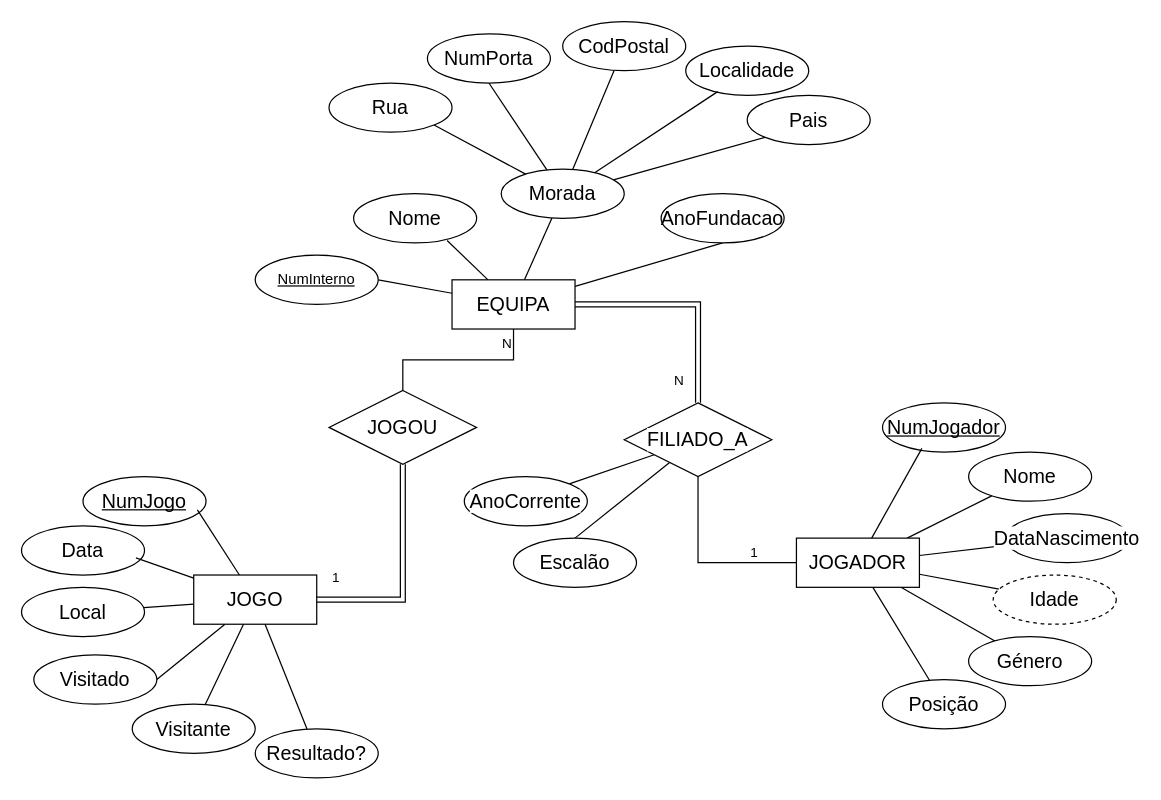
Earlier version of the draw.io diagram 0811-14622.drawio (Afas09/Analise-de-Sistemas). Source tidied: cells renumbered, new cells numbered last; positions are measured from the earlier drawing's top-left corner, leaving out a move shared by most shapes. Both pictures are drawn from the tidied source at 123%, with x=0, y=0 at pixel (21, 21).
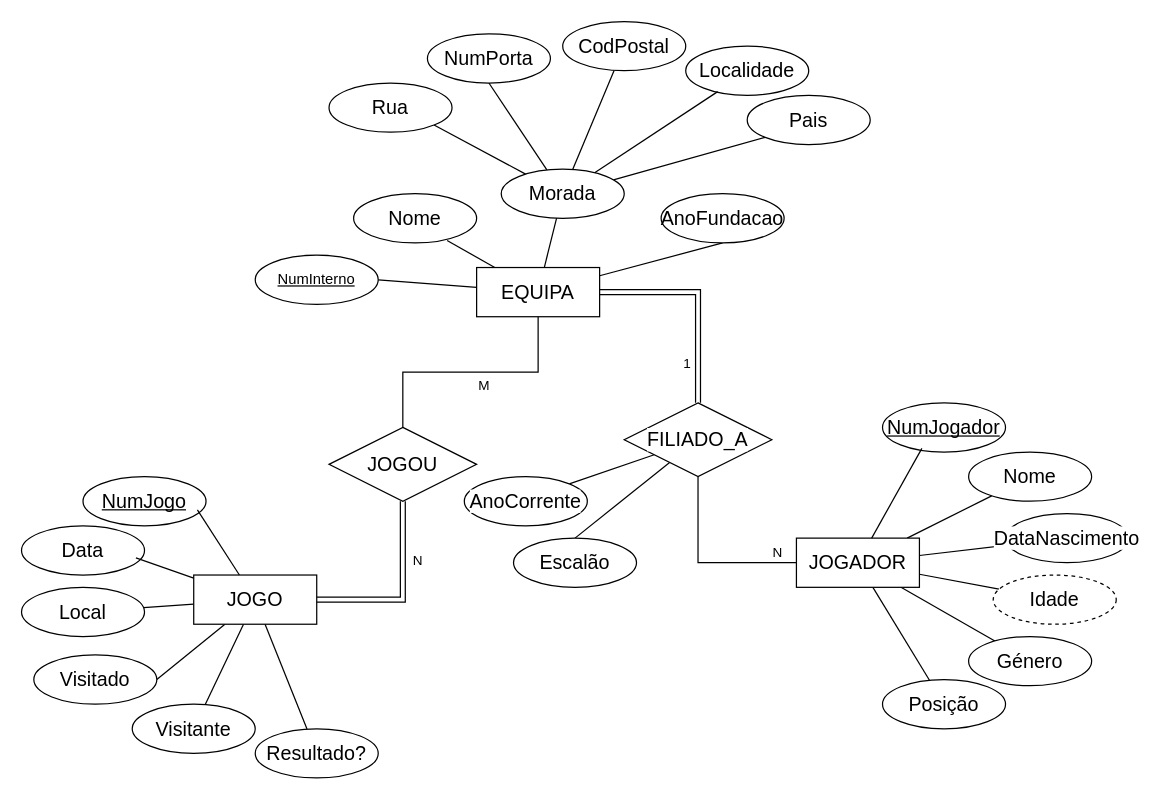
The same diagram, later.

Unchanged cells that the change refers to:
```xml
<mxCell id="48" style="endArrow=none;html=1;rounded=0;strokeColor=default;align=center;verticalAlign=middle;fontFamily=Helvetica;fontSize=11;fontColor=default;labelBackgroundColor=default;exitX=0.5;exitY=0;exitDx=0;exitDy=0;entryX=0.5;entryY=1;entryDx=0;entryDy=0;edgeStyle=orthogonalEdgeStyle;" parent="1" edge="1" source="47" target="5">
  <mxGeometry relative="1" as="geometry" />
</mxCell>
<mxCell id="50" style="shape=link;html=1;rounded=0;strokeColor=default;align=center;verticalAlign=middle;fontFamily=Helvetica;fontSize=11;fontColor=default;labelBackgroundColor=default;endArrow=none;endFill=0;exitX=0.5;exitY=1;exitDx=0;exitDy=0;entryX=1;entryY=0.5;entryDx=0;entryDy=0;edgeStyle=orthogonalEdgeStyle;" parent="1" edge="1" source="47" target="38">
  <mxGeometry relative="1" as="geometry" />
</mxCell>
<mxCell id="54" value="&lt;span id=&quot;docs-internal-guid-25c842cf-7fff-beee-e525-d1ae46ddfbcc&quot;&gt;&lt;span style=&quot;font-size: 12pt; font-family: Calibri, sans-serif; background-color: transparent; font-variant-numeric: normal; font-variant-east-asian: normal; font-variant-alternates: normal; font-variant-position: normal; font-variant-emoji: normal; vertical-align: baseline; white-space-collapse: preserve;&quot;&gt;FILIADO_A&lt;/span&gt;&lt;/span&gt;" style="shape=rhombus;perimeter=rhombusPerimeter;whiteSpace=wrap;html=1;align=center;fontFamily=Helvetica;fontSize=11;fontColor=default;labelBackgroundColor=default;" parent="1" vertex="1">
  <mxGeometry x="490" y="310" width="120" height="60" as="geometry" />
</mxCell>
<mxCell id="59" style="endArrow=none;html=1;rounded=0;strokeColor=default;align=center;verticalAlign=middle;fontFamily=Helvetica;fontSize=11;fontColor=default;labelBackgroundColor=default;entryX=0;entryY=0.5;entryDx=0;entryDy=0;edgeStyle=orthogonalEdgeStyle;exitX=0.5;exitY=1;exitDx=0;exitDy=0;" parent="1" edge="1" source="54" target="26">
  <mxGeometry relative="1" as="geometry" />
</mxCell>
```

Change to the diagram source:
```diff
@@
     <mxCell id="5" value="&lt;span id=&quot;docs-internal-guid-82ada1d1-7fff-25a4-6721-c77eb48dd0e4&quot;&gt;&lt;span style=&quot;font-size: 12pt; font-family: Calibri, sans-serif; background-color: transparent; font-variant-numeric: normal; font-variant-east-asian: normal; font-variant-alternates: normal; font-variant-position: normal; font-variant-emoji: normal; vertical-align: baseline; white-space-collapse: preserve;&quot;&gt;EQUIPA&lt;/span&gt;&lt;/span&gt;" style="whiteSpace=wrap;html=1;align=center;" parent="1" vertex="1">
-      <mxGeometry x="350" y="210" width="100" height="40" as="geometry" />
+      <mxGeometry x="370" y="200" width="100" height="40" as="geometry" />
     </mxCell>
@@
     <mxCell id="47" value="&lt;span id=&quot;docs-internal-guid-bf8d1f8a-7fff-386b-e1fa-49635a8670f6&quot;&gt;&lt;span style=&quot;font-size: 12pt; font-family: Calibri, sans-serif; background-color: transparent; font-variant-numeric: normal; font-variant-east-asian: normal; font-variant-alternates: normal; font-variant-position: normal; font-variant-emoji: normal; vertical-align: baseline; white-space-collapse: preserve;&quot;&gt;JOGOU&lt;/span&gt;&lt;/span&gt;" style="shape=rhombus;perimeter=rhombusPerimeter;whiteSpace=wrap;html=1;align=center;fontFamily=Helvetica;fontSize=11;fontColor=default;labelBackgroundColor=default;" parent="1" vertex="1">
-      <mxGeometry x="250" y="300" width="120" height="60" as="geometry" />
+      <mxGeometry x="250" y="330" width="120" height="60" as="geometry" />
     </mxCell>
@@
-    <mxCell id="49" value="N" style="html=1;whiteSpace=wrap;align=right;verticalAlign=bottom;fontFamily=Helvetica;fontSize=11;fontColor=default;labelBackgroundColor=default;" parent="48" vertex="1">
-      <mxGeometry x="1" relative="1" as="geometry">
-        <mxPoint y="20" as="offset" />
-      </mxGeometry>
-    </mxCell>
+    <mxCell id="61" value="M" style="edgeLabel;html=1;align=center;verticalAlign=middle;fontFamily=Helvetica;fontSize=11;fontColor=default;labelBackgroundColor=default;" parent="48" vertex="1">
+      <mxGeometry x="0.09" y="-3" relative="1" as="geometry">
+        <mxPoint x="1" y="7" as="offset" />
+      </mxGeometry>
+    </mxCell>
@@
-    <mxCell id="51" value="1" style="html=1;whiteSpace=wrap;align=right;verticalAlign=bottom;fontFamily=Helvetica;fontSize=11;fontColor=default;labelBackgroundColor=default;" parent="50" vertex="1">
+    <mxCell id="51" style="html=1;whiteSpace=wrap;align=right;verticalAlign=bottom;fontFamily=Helvetica;fontSize=11;fontColor=default;labelBackgroundColor=default;" parent="50" vertex="1">
       <mxGeometry x="1" relative="1" as="geometry">
-        <mxPoint x="20" y="-10" as="offset" />
+        <mxPoint x="40" y="-10" as="offset" />
       </mxGeometry>
     </mxCell>
+    <mxCell id="49" value="N" style="edgeLabel;html=1;align=center;verticalAlign=middle;fontFamily=Helvetica;fontSize=11;fontColor=default;labelBackgroundColor=default;" parent="50" vertex="1">
+      <mxGeometry x="0.08" y="-2" relative="1" as="geometry">
+        <mxPoint x="12" y="-31" as="offset" />
+      </mxGeometry>
+    </mxCell>
@@
     <mxCell id="57" style="shape=link;html=1;rounded=0;strokeColor=default;align=center;verticalAlign=middle;fontFamily=Helvetica;fontSize=11;fontColor=default;labelBackgroundColor=default;endArrow=none;endFill=0;exitX=1;exitY=0.5;exitDx=0;exitDy=0;edgeStyle=orthogonalEdgeStyle;entryX=0.5;entryY=0;entryDx=0;entryDy=0;" parent="1" edge="1" source="5" target="54">
       <mxGeometry relative="1" as="geometry">
         <Array as="points">
-          <mxPoint x="550" y="230" />
+          <mxPoint x="550" y="220" />
         </Array>
       </mxGeometry>
     </mxCell>
     <mxCell id="58" value="N" style="html=1;whiteSpace=wrap;align=right;verticalAlign=bottom;fontFamily=Helvetica;fontSize=11;fontColor=default;labelBackgroundColor=default;" parent="57" vertex="1">
       <mxGeometry x="1" relative="1" as="geometry">
-        <mxPoint x="-10" y="-10" as="offset" />
+        <mxPoint x="70" y="130" as="offset" />
       </mxGeometry>
     </mxCell>
+    <mxCell id="60" value="1" style="edgeLabel;html=1;align=center;verticalAlign=middle;fontFamily=Helvetica;fontSize=11;fontColor=default;labelBackgroundColor=default;" parent="57" vertex="1">
+      <mxGeometry x="0.46" relative="1" as="geometry">
+        <mxPoint x="-10" y="13" as="offset" />
+      </mxGeometry>
+    </mxCell>
@@
-    <mxCell id="60" value="1" style="html=1;whiteSpace=wrap;align=right;verticalAlign=bottom;fontFamily=Helvetica;fontSize=11;fontColor=default;labelBackgroundColor=default;" parent="59" vertex="1">
-      <mxGeometry x="1" relative="1" as="geometry">
-        <mxPoint x="-30" as="offset" />
-      </mxGeometry>
-    </mxCell>
```
